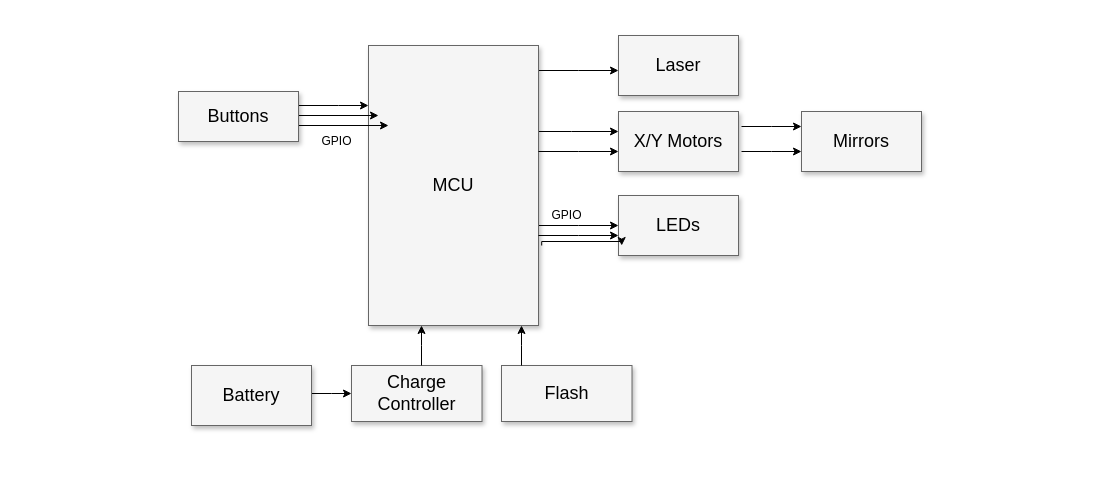
Earlier version of the draw.io diagram Software Diagram.drawio (Kendalld/Making_Embedded_Systems). Source tidied: cells renumbered, new cells numbered last; positions are measured from the earlier drawing's top-left corner, leaving out a move shared by most shapes. Both pictures are drawn from the tidied source at 100%, with x=0, y=0 at pixel (178, 35).
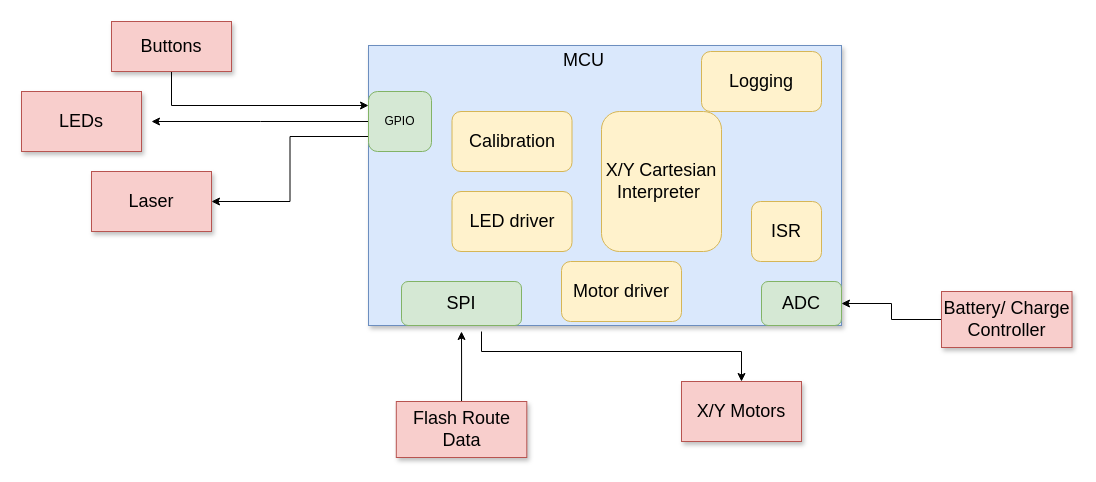
Above is the later version.

Change to the diagram source:
```diff
@@
-    <mxCell id="2" style="edgeStyle=elbowEdgeStyle;rounded=0;html=1;startArrow=none;startFill=0;jettySize=auto;fontSize=18;elbow=vertical;" parent="1" edge="1" source="5" target="6">
-      <mxGeometry relative="1" as="geometry" />
-    </mxCell>
-    <mxCell id="3" style="edgeStyle=elbowEdgeStyle;rounded=0;html=1;startArrow=none;startFill=0;jettySize=auto;fontSize=18;elbow=vertical;" parent="1" edge="1" source="5" target="7">
-      <mxGeometry relative="1" as="geometry">
-        <Array as="points">
-          <mxPoint x="393" y="96" />
-        </Array>
-      </mxGeometry>
-    </mxCell>
-    <mxCell id="4" style="edgeStyle=elbowEdgeStyle;rounded=0;html=1;startArrow=none;startFill=0;jettySize=auto;fontSize=18;elbow=vertical;" parent="1" edge="1" source="5" target="8">
-      <mxGeometry relative="1" as="geometry" />
-    </mxCell>
+    <mxCell id="27" style="edgeStyle=orthogonalEdgeStyle;rounded=0;jettySize=auto;html=1;entryX=0.5;entryY=0;entryDx=0;entryDy=0;fontSize=18;strokeColor=default;" parent="1" edge="1" target="7">
+      <mxGeometry relative="1" as="geometry">
+        <mxPoint x="303" y="296" as="sourcePoint" />
+        <Array as="points">
+          <mxPoint x="303" y="316" />
+          <mxPoint x="563" y="316" />
+        </Array>
+      </mxGeometry>
+    </mxCell>
-    <mxCell id="5" value="MCU" style="whiteSpace=wrap;html=1;shadow=1;fontSize=18;fillColor=#f5f5f5;strokeColor=#666666;" parent="1" vertex="1">
-      <mxGeometry x="190" y="10" width="170" height="280" as="geometry" />
+    <mxCell id="5" style="whiteSpace=wrap;html=1;shadow=1;fontSize=18;fillColor=#dae8fc;strokeColor=#6c8ebf;" parent="1" vertex="1">
+      <mxGeometry x="190" y="10" width="473" height="280" as="geometry" />
     </mxCell>
-    <mxCell id="6" value="Laser" style="whiteSpace=wrap;html=1;shadow=1;fontSize=18;fillColor=#f5f5f5;strokeColor=#666666;" parent="1" vertex="1">
-      <mxGeometry x="440" width="120" height="60" as="geometry" />
+    <mxCell id="6" value="Laser" style="whiteSpace=wrap;html=1;shadow=1;fontSize=18;fillColor=#f8cecc;strokeColor=#b85450;" parent="1" vertex="1">
+      <mxGeometry x="-87" y="136" width="120" height="60" as="geometry" />
     </mxCell>
-    <mxCell id="7" value="X/Y Motors" style="whiteSpace=wrap;html=1;shadow=1;fontSize=18;fillColor=#f5f5f5;strokeColor=#666666;" parent="1" vertex="1">
-      <mxGeometry x="440" y="76" width="120" height="60" as="geometry" />
+    <mxCell id="7" value="X/Y Motors" style="whiteSpace=wrap;html=1;shadow=1;fontSize=18;fillColor=#f8cecc;strokeColor=#b85450;" parent="1" vertex="1">
+      <mxGeometry x="503" y="346" width="120" height="60" as="geometry" />
     </mxCell>
-    <mxCell id="8" value="LEDs" style="whiteSpace=wrap;html=1;shadow=1;fontSize=18;fillColor=#f5f5f5;strokeColor=#666666;" parent="1" vertex="1">
-      <mxGeometry x="440" y="160" width="120" height="60" as="geometry" />
+    <mxCell id="8" value="LEDs" style="whiteSpace=wrap;html=1;shadow=1;fontSize=18;fillColor=#f8cecc;strokeColor=#b85450;" parent="1" vertex="1">
+      <mxGeometry x="-157" y="56" width="120" height="60" as="geometry" />
     </mxCell>
-    <mxCell id="9" style="edgeStyle=elbowEdgeStyle;rounded=0;html=1;startArrow=none;startFill=0;jettySize=auto;fontSize=18;elbow=vertical;" parent="1" edge="1" source="24" target="5">
+    <mxCell id="9" style="edgeStyle=elbowEdgeStyle;rounded=0;html=1;startArrow=none;startFill=0;jettySize=auto;fontSize=18;elbow=vertical;strokeColor=default;" parent="1" edge="1" source="24" target="5">
       <mxGeometry relative="1" as="geometry">
         <Array as="points">
           <mxPoint x="160" y="70" />
         </Array>
       </mxGeometry>
     </mxCell>
+    <mxCell id="28" style="edgeStyle=orthogonalEdgeStyle;rounded=0;jettySize=auto;html=1;exitX=0;exitY=0.5;exitDx=0;exitDy=0;entryX=1;entryY=0.5;entryDx=0;entryDy=0;fontSize=18;strokeColor=default;" parent="1" edge="1" source="10" target="40">
+      <mxGeometry relative="1" as="geometry" />
+    </mxCell>
-    <mxCell id="10" value="Charge Controller" style="whiteSpace=wrap;html=1;shadow=1;fontSize=18;fillColor=#f5f5f5;strokeColor=#666666;" parent="1" vertex="1">
-      <mxGeometry x="173" y="330" width="130.5" height="56" as="geometry" />
+    <mxCell id="10" value="Battery/ Charge Controller" style="whiteSpace=wrap;html=1;shadow=1;fontSize=18;fillColor=#f8cecc;strokeColor=#b85450;" parent="1" vertex="1">
+      <mxGeometry x="763" y="256" width="130.5" height="56" as="geometry" />
     </mxCell>
-    <mxCell id="11" style="edgeStyle=elbowEdgeStyle;rounded=0;html=1;startArrow=none;startFill=0;jettySize=auto;fontSize=18;elbow=vertical;" parent="1" edge="1" source="12" target="10">
-      <mxGeometry relative="1" as="geometry" />
-    </mxCell>
-    <mxCell id="12" value="Battery" style="whiteSpace=wrap;html=1;shadow=1;fontSize=18;fillColor=#f5f5f5;strokeColor=#666666;" parent="1" vertex="1">
-      <mxGeometry x="13" y="330" width="120" height="60" as="geometry" />
-    </mxCell>
-    <mxCell id="13" style="edgeStyle=elbowEdgeStyle;rounded=0;html=1;startArrow=none;startFill=0;jettySize=auto;orthogonalLoop=1;fontSize=18;" parent="1" edge="1">
-      <mxGeometry relative="1" as="geometry">
-        <mxPoint x="243" y="330" as="sourcePoint" />
-        <mxPoint x="243" y="290" as="targetPoint" />
-        <Array as="points">
-          <mxPoint x="243" y="310" />
-          <mxPoint x="243" y="310" />
-        </Array>
-      </mxGeometry>
-    </mxCell>
-    <mxCell id="14" value="GPIO&lt;br&gt;" style="text;html=1;align=center;verticalAlign=middle;strokeColor=none;fillColor=none;" parent="1" vertex="1">
-      <mxGeometry x="133" y="96" width="50" height="20" as="geometry" />
-    </mxCell>
+    <mxCell id="29" style="edgeStyle=orthogonalEdgeStyle;rounded=0;jettySize=auto;html=1;exitX=0.5;exitY=0;exitDx=0;exitDy=0;fontSize=18;" parent="1" edge="1" source="15">
+      <mxGeometry relative="1" as="geometry">
+        <mxPoint x="283" y="296" as="targetPoint" />
+      </mxGeometry>
+    </mxCell>
-    <mxCell id="15" value="Flash" style="whiteSpace=wrap;html=1;shadow=1;fontSize=18;fillColor=#f5f5f5;strokeColor=#666666;" parent="1" vertex="1">
-      <mxGeometry x="323" y="330" width="130.5" height="56" as="geometry" />
+    <mxCell id="15" value="Flash Route Data" style="whiteSpace=wrap;html=1;shadow=1;fontSize=18;fillColor=#f8cecc;strokeColor=#b85450;" parent="1" vertex="1">
+      <mxGeometry x="217.8" y="366" width="130.5" height="56" as="geometry" />
     </mxCell>
-    <mxCell id="16" style="edgeStyle=elbowEdgeStyle;rounded=0;html=1;startArrow=none;startFill=0;jettySize=auto;orthogonalLoop=1;fontSize=18;" parent="1" edge="1">
-      <mxGeometry relative="1" as="geometry">
-        <mxPoint x="343" y="330" as="sourcePoint" />
-        <mxPoint x="343" y="290" as="targetPoint" />
-        <Array as="points">
-          <mxPoint x="343" y="310" />
-          <mxPoint x="343" y="310" />
-        </Array>
-      </mxGeometry>
-    </mxCell>
-    <mxCell id="17" value="Mirrors" style="whiteSpace=wrap;html=1;shadow=1;fontSize=18;fillColor=#f5f5f5;strokeColor=#666666;" parent="1" vertex="1">
-      <mxGeometry x="623" y="76" width="120" height="60" as="geometry" />
-    </mxCell>
-    <mxCell id="18" style="edgeStyle=elbowEdgeStyle;rounded=0;html=1;startArrow=none;startFill=0;jettySize=auto;orthogonalLoop=1;fontSize=18;elbow=vertical;" parent="1" edge="1">
-      <mxGeometry relative="1" as="geometry">
-        <mxPoint x="360" y="116" as="sourcePoint" />
-        <mxPoint x="440" y="116" as="targetPoint" />
-      </mxGeometry>
-    </mxCell>
-    <mxCell id="19" style="edgeStyle=elbowEdgeStyle;rounded=0;html=1;startArrow=none;startFill=0;jettySize=auto;orthogonalLoop=1;fontSize=18;elbow=vertical;" parent="1" edge="1">
-      <mxGeometry relative="1" as="geometry">
-        <mxPoint x="563" y="91" as="sourcePoint" />
-        <mxPoint x="623" y="91" as="targetPoint" />
-      </mxGeometry>
-    </mxCell>
-    <mxCell id="20" style="edgeStyle=elbowEdgeStyle;rounded=0;html=1;startArrow=none;startFill=0;jettySize=auto;orthogonalLoop=1;fontSize=18;elbow=vertical;" parent="1" edge="1">
-      <mxGeometry relative="1" as="geometry">
-        <mxPoint x="563" y="116" as="sourcePoint" />
-        <mxPoint x="623" y="116" as="targetPoint" />
-      </mxGeometry>
-    </mxCell>
-    <mxCell id="21" value="GPIO" style="text;html=1;align=center;verticalAlign=middle;strokeColor=none;fillColor=none;" parent="1" vertex="1">
-      <mxGeometry x="363.2" y="170" width="50" height="20" as="geometry" />
-    </mxCell>
-    <mxCell id="22" style="edgeStyle=elbowEdgeStyle;rounded=0;html=1;startArrow=none;startFill=0;jettySize=auto;orthogonalLoop=1;fontSize=18;elbow=vertical;" parent="1" edge="1">
-      <mxGeometry relative="1" as="geometry">
-        <mxPoint x="63" y="76" as="sourcePoint" />
-        <mxPoint x="200" y="80" as="targetPoint" />
-        <Array as="points">
-          <mxPoint x="170" y="80" />
-        </Array>
-      </mxGeometry>
-    </mxCell>
-    <mxCell id="23" style="edgeStyle=elbowEdgeStyle;rounded=0;html=1;startArrow=none;startFill=0;jettySize=auto;orthogonalLoop=1;fontSize=18;elbow=vertical;" parent="1" edge="1">
-      <mxGeometry relative="1" as="geometry">
-        <mxPoint x="73" y="86" as="sourcePoint" />
-        <mxPoint x="210" y="90" as="targetPoint" />
-        <Array as="points">
-          <mxPoint x="180" y="90" />
-        </Array>
-      </mxGeometry>
-    </mxCell>
-    <mxCell id="24" value="Buttons" style="whiteSpace=wrap;html=1;shadow=1;fontSize=18;fillColor=#f5f5f5;strokeColor=#666666;" parent="1" vertex="1">
-      <mxGeometry y="56" width="120" height="50" as="geometry" />
+    <mxCell id="24" value="Buttons" style="whiteSpace=wrap;html=1;shadow=1;fontSize=18;fillColor=#f8cecc;strokeColor=#b85450;" parent="1" vertex="1">
+      <mxGeometry x="-67" y="-14" width="120" height="50" as="geometry" />
     </mxCell>
-    <mxCell id="25" style="edgeStyle=elbowEdgeStyle;rounded=0;html=1;startArrow=none;startFill=0;jettySize=auto;orthogonalLoop=1;fontSize=18;elbow=vertical;" parent="1" edge="1">
-      <mxGeometry relative="1" as="geometry">
-        <mxPoint x="360" y="200" as="sourcePoint" />
-        <mxPoint x="440" y="200" as="targetPoint" />
-      </mxGeometry>
-    </mxCell>
-    <mxCell id="26" style="edgeStyle=elbowEdgeStyle;rounded=0;html=1;startArrow=none;startFill=0;jettySize=auto;orthogonalLoop=1;fontSize=18;elbow=vertical;" parent="1" edge="1">
-      <mxGeometry relative="1" as="geometry">
-        <mxPoint x="363.2" y="210" as="sourcePoint" />
-        <mxPoint x="443.2" y="210" as="targetPoint" />
-        <Array as="points">
-          <mxPoint x="413" y="206" />
-        </Array>
-      </mxGeometry>
-    </mxCell>
+    <mxCell id="30" style="edgeStyle=orthogonalEdgeStyle;rounded=0;jettySize=auto;html=1;exitX=0;exitY=0.5;exitDx=0;exitDy=0;fontSize=18;strokeColor=default;" parent="1" edge="1" source="32">
+      <mxGeometry relative="1" as="geometry">
+        <mxPoint x="-27" y="86" as="targetPoint" />
+      </mxGeometry>
+    </mxCell>
+    <mxCell id="31" style="edgeStyle=orthogonalEdgeStyle;rounded=0;jettySize=auto;html=1;exitX=0;exitY=0.75;exitDx=0;exitDy=0;entryX=1;entryY=0.5;entryDx=0;entryDy=0;fontSize=18;strokeColor=default;" parent="1" edge="1" source="32" target="6">
+      <mxGeometry relative="1" as="geometry" />
+    </mxCell>
+    <mxCell id="32" value="GPIO" style="rounded=1;whiteSpace=wrap;html=1;fillColor=#d5e8d4;strokeColor=#82b366;" parent="1" vertex="1">
+      <mxGeometry x="190" y="56" width="63" height="60" as="geometry" />
+    </mxCell>
+    <mxCell id="33" value="MCU" style="text;html=1;strokeColor=none;fillColor=none;align=center;verticalAlign=middle;whiteSpace=wrap;rounded=0;fontSize=18;" parent="1" vertex="1">
+      <mxGeometry x="333" y="10" width="144.8" height="30" as="geometry" />
+    </mxCell>
+    <mxCell id="34" value="SPI" style="rounded=1;whiteSpace=wrap;html=1;fontSize=18;fillColor=#d5e8d4;strokeColor=#82b366;" parent="1" vertex="1">
+      <mxGeometry x="223" y="246" width="120" height="44" as="geometry" />
+    </mxCell>
+    <mxCell id="35" value="Calibration" style="rounded=1;whiteSpace=wrap;html=1;fontSize=18;fillColor=#fff2cc;strokeColor=#d6b656;" parent="1" vertex="1">
+      <mxGeometry x="273.5" y="76" width="120" height="60" as="geometry" />
+    </mxCell>
+    <mxCell id="36" value="LED driver" style="rounded=1;whiteSpace=wrap;html=1;fontSize=18;fillColor=#fff2cc;strokeColor=#d6b656;" parent="1" vertex="1">
+      <mxGeometry x="273.5" y="156" width="120" height="60" as="geometry" />
+    </mxCell>
+    <mxCell id="37" value="X/Y Cartesian Interpreter&amp;nbsp;" style="rounded=1;whiteSpace=wrap;html=1;fontSize=18;fillColor=#fff2cc;strokeColor=#d6b656;" parent="1" vertex="1">
+      <mxGeometry x="423" y="76" width="120" height="140" as="geometry" />
+    </mxCell>
+    <mxCell id="38" value="Motor driver" style="rounded=1;whiteSpace=wrap;html=1;fontSize=18;fillColor=#fff2cc;strokeColor=#d6b656;" parent="1" vertex="1">
+      <mxGeometry x="383" y="226" width="120" height="60" as="geometry" />
+    </mxCell>
+    <mxCell id="39" value="Logging" style="rounded=1;whiteSpace=wrap;html=1;fontSize=18;fillColor=#fff2cc;strokeColor=#d6b656;" parent="1" vertex="1">
+      <mxGeometry x="523" y="16" width="120" height="60" as="geometry" />
+    </mxCell>
+    <mxCell id="40" value="ADC" style="rounded=1;whiteSpace=wrap;html=1;fontSize=18;fillColor=#d5e8d4;strokeColor=#82b366;" parent="1" vertex="1">
+      <mxGeometry x="583" y="246" width="80" height="44" as="geometry" />
+    </mxCell>
+    <mxCell id="41" value="ISR" style="rounded=1;whiteSpace=wrap;html=1;fontSize=18;fillColor=#fff2cc;strokeColor=#d6b656;" parent="1" vertex="1">
+      <mxGeometry x="573" y="166" width="70" height="60" as="geometry" />
+    </mxCell>
```
